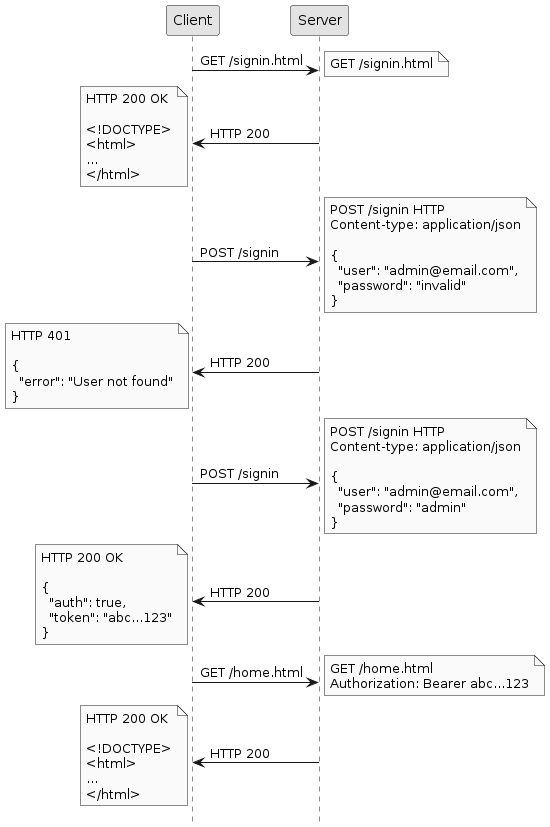
ifpb/lp2 keeps this PlantUML diagram as public/imgs/expressjs/auth/jwt-request.png. Above is the earlier version. Source of this version:
```plantuml
@startuml
hide footbox
skinparam monochrome true

Client -> Server: GET /signin.html
note right: GET /signin.html
Server -> Client: HTTP 200
note left: HTTP 200 OK\n\n<!DOCTYPE>\n<html>\n...\n</html>


Client -> Server: POST /signin
note right: POST /signin HTTP\nContent-type: application/json\n\n{\n  "user": "admin@email.com",\n  "password": "invalid"\n}
Server -> Client: HTTP 200
note left: HTTP 401\n\n{\n  "error": "User not found"\n}

Client -> Server: POST /signin
note right: POST /signin HTTP\nContent-type: application/json\n\n{\n  "user": "admin@email.com",\n  "password": "admin"\n}
Server -> Client: HTTP 200
note left: HTTP 200 OK\n\n{\n  "auth": true,\n  "token": "abc...123"\n}
Client -> Server: GET /home.html
note right: GET /home.html\nAuthorization: Bearer abc...123
Server -> Client: HTTP 200
note left: HTTP 200 OK\n\n<!DOCTYPE>\n<html>\n...\n</html>
@enduml
```
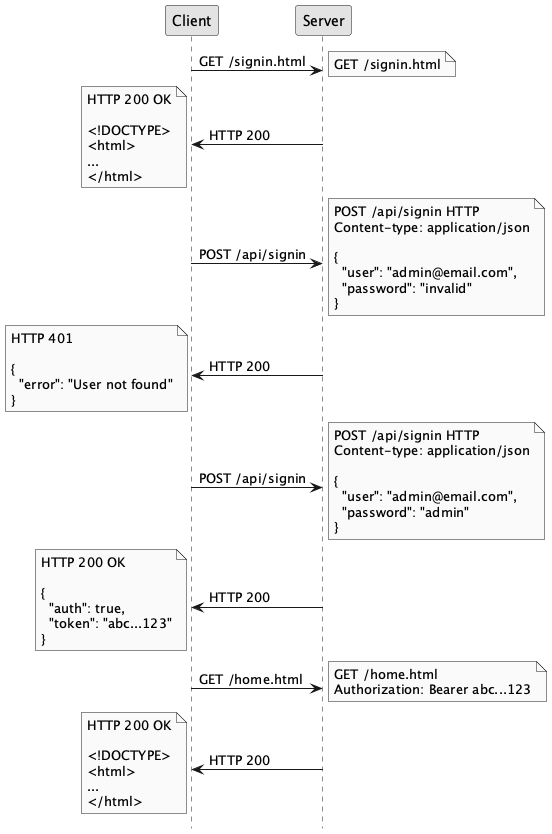
After the change.

What changed in the source:
```diff
@@ -7,16 +7,16 @@
 Server -> Client: HTTP 200
 note left: HTTP 200 OK\n\n<!DOCTYPE>\n<html>\n...\n</html>
 
-
-Client -> Server: POST /signin
-note right: POST /signin HTTP\nContent-type: application/json\n\n{\n  "user": "admin@email.com",\n  "password": "invalid"\n}
+Client -> Server: POST /api/signin
+note right: POST /api/signin HTTP\nContent-type: application/json\n\n{\n  "user": "admin@email.com",\n  "password": "invalid"\n}
 Server -> Client: HTTP 200
 note left: HTTP 401\n\n{\n  "error": "User not found"\n}
 
-Client -> Server: POST /signin
-note right: POST /signin HTTP\nContent-type: application/json\n\n{\n  "user": "admin@email.com",\n  "password": "admin"\n}
+Client -> Server: POST /api/signin
+note right: POST /api/signin HTTP\nContent-type: application/json\n\n{\n  "user": "admin@email.com",\n  "password": "admin"\n}
 Server -> Client: HTTP 200
 note left: HTTP 200 OK\n\n{\n  "auth": true,\n  "token": "abc...123"\n}
+
 Client -> Server: GET /home.html
 note right: GET /home.html\nAuthorization: Bearer abc...123
 Server -> Client: HTTP 200
```
